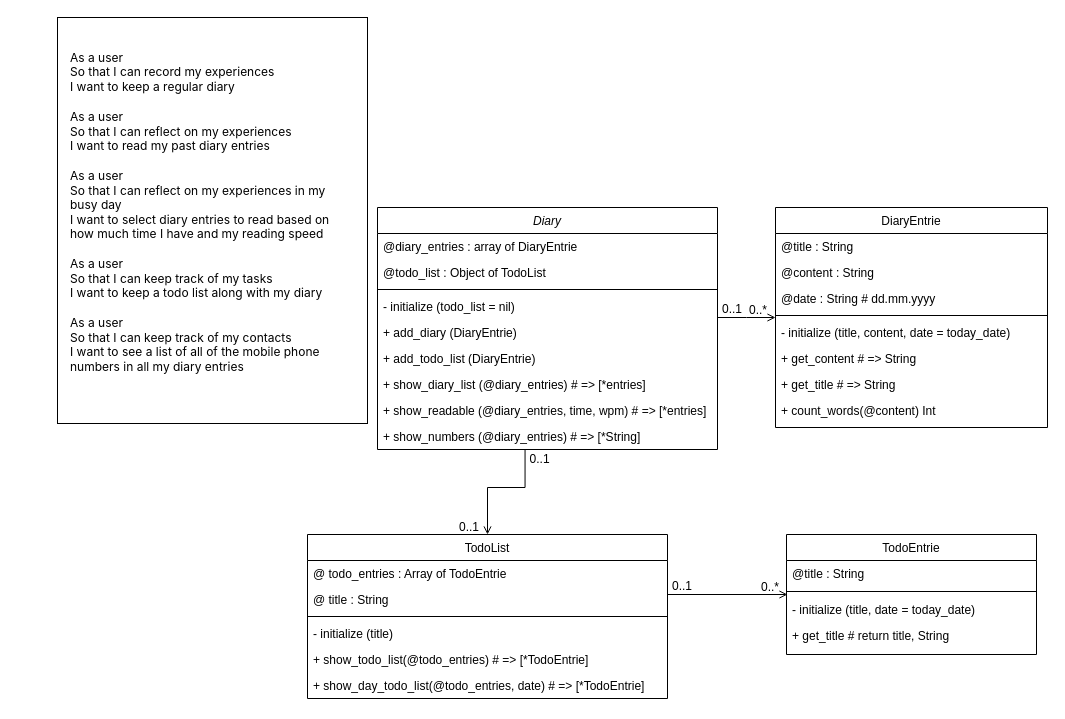
This is multiclass.drawio from mixxxxxer/student-directory, a draw.io file, before an edit. Source tidied: cells renumbered, new cells numbered last; positions are measured from the earlier drawing's top-left corner, leaving out a move shared by most shapes. Both pictures are drawn from the tidied source at 100%, with x=0, y=0 at pixel (57, 17).
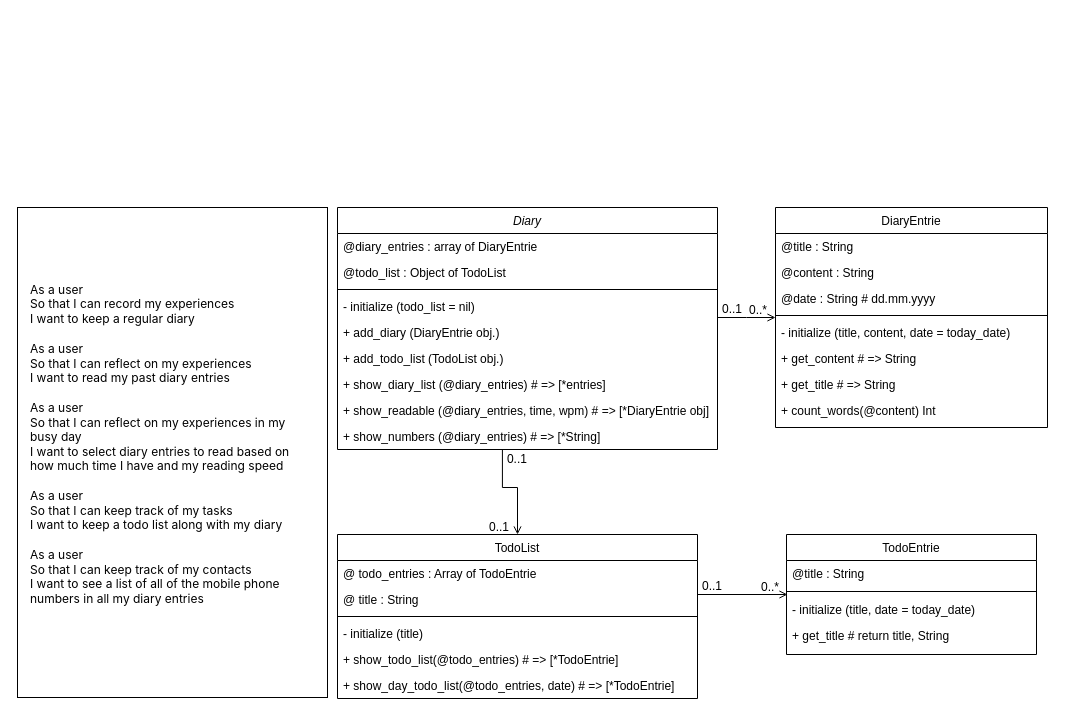
After the change.

What changed in the source:
```diff
@@
     <mxCell id="2" value="Diary" style="swimlane;fontStyle=2;align=center;verticalAlign=top;horizontal=1;startSize=26;rounded=0;shadow=0;strokeWidth=1;" parent="1" vertex="1">
-      <mxGeometry x="320" y="190" width="340" height="242" as="geometry" />
+      <mxGeometry x="280" y="190" width="380" height="242" as="geometry" />
     </mxCell>
     <mxCell id="3" value="@diary_entries : array of DiaryEntrie&#10;" style="text;align=left;verticalAlign=top;spacingLeft=4;spacingRight=4;overflow=hidden;" parent="2" vertex="1">
-      <mxGeometry y="26" width="340" height="26" as="geometry" />
+      <mxGeometry y="26" width="380" height="26" as="geometry" />
     </mxCell>
     <mxCell id="4" value="@todo_list : Object of TodoList" style="text;align=left;verticalAlign=top;spacingLeft=4;spacingRight=4;overflow=hidden;" parent="2" vertex="1">
-      <mxGeometry y="52" width="340" height="26" as="geometry" />
+      <mxGeometry y="52" width="380" height="26" as="geometry" />
     </mxCell>
     <mxCell id="5" style="line;html=1;strokeWidth=1;align=left;verticalAlign=middle;spacingTop=-1;spacingLeft=3;spacingRight=3;labelPosition=right;" parent="2" vertex="1">
-      <mxGeometry y="78" width="340" height="8" as="geometry" />
+      <mxGeometry y="78" width="380" height="8" as="geometry" />
     </mxCell>
     <mxCell id="6" value="- initialize (todo_list = nil)" style="text;align=left;verticalAlign=top;spacingLeft=4;spacingRight=4;overflow=hidden;" parent="2" vertex="1">
-      <mxGeometry y="86" width="340" height="26" as="geometry" />
+      <mxGeometry y="86" width="380" height="26" as="geometry" />
     </mxCell>
-    <mxCell id="7" value="+ add_diary (DiaryEntrie)" style="text;align=left;verticalAlign=top;spacingLeft=4;spacingRight=4;overflow=hidden;" parent="2" vertex="1">
-      <mxGeometry y="112" width="340" height="26" as="geometry" />
+    <mxCell id="7" value="+ add_diary (DiaryEntrie obj.)" style="text;align=left;verticalAlign=top;spacingLeft=4;spacingRight=4;overflow=hidden;" parent="2" vertex="1">
+      <mxGeometry y="112" width="380" height="26" as="geometry" />
     </mxCell>
-    <mxCell id="8" value="+ add_todo_list (DiaryEntrie)" style="text;align=left;verticalAlign=top;spacingLeft=4;spacingRight=4;overflow=hidden;" parent="2" vertex="1">
-      <mxGeometry y="138" width="340" height="26" as="geometry" />
+    <mxCell id="8" value="+ add_todo_list (TodoList obj.)" style="text;align=left;verticalAlign=top;spacingLeft=4;spacingRight=4;overflow=hidden;" parent="2" vertex="1">
+      <mxGeometry y="138" width="380" height="26" as="geometry" />
     </mxCell>
     <mxCell id="9" value="+ show_diary_list (@diary_entries) # =&gt; [*entries]" style="text;align=left;verticalAlign=top;spacingLeft=4;spacingRight=4;overflow=hidden;" parent="2" vertex="1">
-      <mxGeometry y="164" width="340" height="26" as="geometry" />
+      <mxGeometry y="164" width="380" height="26" as="geometry" />
     </mxCell>
-    <mxCell id="10" value="+ show_readable (@diary_entries, time, wpm) # =&gt; [*entries]" style="text;align=left;verticalAlign=top;spacingLeft=4;spacingRight=4;overflow=hidden;" parent="2" vertex="1">
-      <mxGeometry y="190" width="340" height="26" as="geometry" />
+    <mxCell id="10" value="+ show_readable (@diary_entries, time, wpm) # =&gt; [*DiaryEntrie obj]" style="text;align=left;verticalAlign=top;spacingLeft=4;spacingRight=4;overflow=hidden;" parent="2" vertex="1">
+      <mxGeometry y="190" width="380" height="26" as="geometry" />
     </mxCell>
     <mxCell id="11" value="+ show_numbers (@diary_entries) # =&gt; [*String]" style="text;align=left;verticalAlign=top;spacingLeft=4;spacingRight=4;overflow=hidden;points=[[0,0.5],[1,0.5]];portConstraint=eastwest;" parent="2" vertex="1">
-      <mxGeometry y="216" width="340" height="26" as="geometry" />
+      <mxGeometry y="216" width="380" height="26" as="geometry" />
     </mxCell>
     <mxCell id="12" value="TodoList" style="swimlane;fontStyle=0;align=center;verticalAlign=top;horizontal=1;startSize=26;rounded=0;shadow=0;strokeWidth=1;" parent="1" vertex="1">
-      <mxGeometry x="250" y="517" width="360" height="164" as="geometry" />
+      <mxGeometry x="280" y="517" width="360" height="164" as="geometry" />
     </mxCell>
@@
     <mxCell id="36" value="&lt;blockquote style=&quot;box-sizing: border-box; margin: 0px 0px 16px; padding: 0px 1em; border-left: 0.25em solid var(--color-border-default); font-family: -apple-system, &amp;quot;system-ui&amp;quot;, &amp;quot;Segoe UI&amp;quot;, Helvetica, Arial, sans-serif, &amp;quot;Apple Color Emoji&amp;quot;, &amp;quot;Segoe UI Emoji&amp;quot;; text-align: start;&quot;&gt;&lt;p style=&quot;box-sizing: border-box; margin-top: 0px; margin-bottom: 0px;&quot; dir=&quot;auto&quot;&gt;&lt;font style=&quot;font-size: 12px;&quot;&gt;As a user&lt;br style=&quot;box-sizing: border-box;&quot;&gt;So that I can record my experiences&lt;br style=&quot;box-sizing: border-box;&quot;&gt;I want to keep a regular diary&lt;/font&gt;&lt;/p&gt;&lt;/blockquote&gt;&lt;blockquote style=&quot;box-sizing: border-box; margin: 0px 0px 16px; padding: 0px 1em; border-left: 0.25em solid var(--color-border-default); font-family: -apple-system, &amp;quot;system-ui&amp;quot;, &amp;quot;Segoe UI&amp;quot;, Helvetica, Arial, sans-serif, &amp;quot;Apple Color Emoji&amp;quot;, &amp;quot;Segoe UI Emoji&amp;quot;; text-align: start;&quot;&gt;&lt;p style=&quot;box-sizing: border-box; margin-top: 0px; margin-bottom: 0px;&quot; dir=&quot;auto&quot;&gt;&lt;font style=&quot;font-size: 12px;&quot;&gt;As a user&lt;br style=&quot;box-sizing: border-box;&quot;&gt;So that I can reflect on my experiences&lt;br style=&quot;box-sizing: border-box;&quot;&gt;I want to read my past diary entries&lt;/font&gt;&lt;/p&gt;&lt;/blockquote&gt;&lt;blockquote style=&quot;box-sizing: border-box; margin: 0px 0px 16px; padding: 0px 1em; border-left: 0.25em solid var(--color-border-default); font-family: -apple-system, &amp;quot;system-ui&amp;quot;, &amp;quot;Segoe UI&amp;quot;, Helvetica, Arial, sans-serif, &amp;quot;Apple Color Emoji&amp;quot;, &amp;quot;Segoe UI Emoji&amp;quot;; text-align: start;&quot;&gt;&lt;p style=&quot;box-sizing: border-box; margin-top: 0px; margin-bottom: 0px;&quot; dir=&quot;auto&quot;&gt;&lt;font style=&quot;font-size: 12px;&quot;&gt;As a user&lt;br style=&quot;box-sizing: border-box;&quot;&gt;So that I can reflect on my experiences in my busy day&lt;br style=&quot;box-sizing: border-box;&quot;&gt;I want to select diary entries to read based on how much time I have and my reading speed&lt;/font&gt;&lt;/p&gt;&lt;/blockquote&gt;&lt;blockquote style=&quot;box-sizing: border-box; margin: 0px 0px 16px; padding: 0px 1em; border-left: 0.25em solid var(--color-border-default); font-family: -apple-system, &amp;quot;system-ui&amp;quot;, &amp;quot;Segoe UI&amp;quot;, Helvetica, Arial, sans-serif, &amp;quot;Apple Color Emoji&amp;quot;, &amp;quot;Segoe UI Emoji&amp;quot;; text-align: start;&quot;&gt;&lt;p style=&quot;box-sizing: border-box; margin-top: 0px; margin-bottom: 0px;&quot; dir=&quot;auto&quot;&gt;&lt;font style=&quot;font-size: 12px;&quot;&gt;As a user&lt;br style=&quot;box-sizing: border-box;&quot;&gt;So that I can keep track of my tasks&lt;br style=&quot;box-sizing: border-box;&quot;&gt;I want to keep a todo list along with my diary&lt;/font&gt;&lt;/p&gt;&lt;/blockquote&gt;&lt;blockquote style=&quot;box-sizing: border-box; margin: 0px 0px 16px; padding: 0px 1em; border-left: 0.25em solid var(--color-border-default); font-family: -apple-system, &amp;quot;system-ui&amp;quot;, &amp;quot;Segoe UI&amp;quot;, Helvetica, Arial, sans-serif, &amp;quot;Apple Color Emoji&amp;quot;, &amp;quot;Segoe UI Emoji&amp;quot;; text-align: start;&quot;&gt;&lt;p style=&quot;box-sizing: border-box; margin-top: 0px; margin-bottom: 0px;&quot; dir=&quot;auto&quot;&gt;&lt;font style=&quot;font-size: 12px;&quot;&gt;As a user&lt;br style=&quot;box-sizing: border-box;&quot;&gt;So that I can keep track of my contacts&lt;br style=&quot;box-sizing: border-box;&quot;&gt;I want to see a list of all of the mobile phone numbers in all my diary entries&lt;/font&gt;&lt;/p&gt;&lt;/blockquote&gt;" style="rounded=0;whiteSpace=wrap;html=1;" parent="1" vertex="1">
-      <mxGeometry width="310" height="406" as="geometry" />
+      <mxGeometry x="-40" y="190" width="310" height="490" as="geometry" />
     </mxCell>
```
